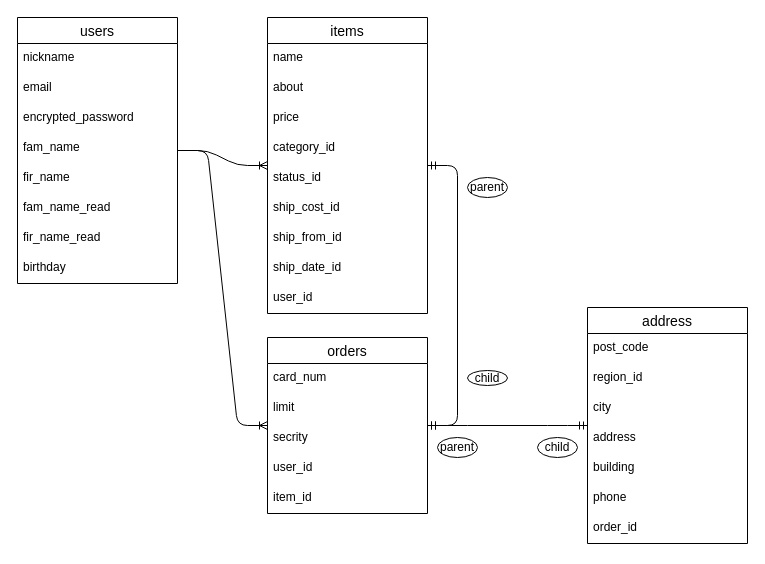
Above: ER.dio in mtstro/furima-31630 (draw.io), before the change. Source tidied: cells renumbered, new cells numbered last; positions are measured from the earlier drawing's top-left corner, leaving out a move shared by most shapes. Both pictures are drawn from the tidied source at 100%, with x=0, y=0 at pixel (17, 17).
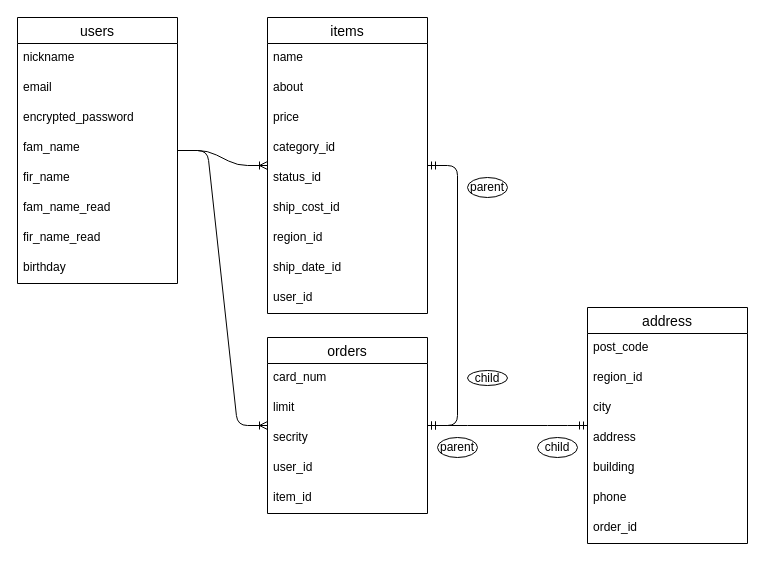
Above is the later version.

Commit message (it also covers changes not shown here):
データベース設計、修正４

The change refers to these unchanged cells:
```xml
<mxCell id="19" value="items" style="swimlane;fontStyle=0;horizontal=1;startSize=26;align=center;fontSize=14;" parent="1" vertex="1">
  <mxGeometry x="250" width="160" height="296" as="geometry" />
</mxCell>
```

What changed in the source:
```diff
@@
-    <mxCell id="26" value="ship_from_id" style="text;strokeColor=none;fillColor=none;spacingLeft=4;spacingRight=4;overflow=hidden;fontSize=12;" parent="19" vertex="1">
+    <mxCell id="26" value="region_id" style="text;strokeColor=none;fillColor=none;spacingLeft=4;spacingRight=4;overflow=hidden;fontSize=12;" parent="19" vertex="1">
       <mxGeometry y="206" width="160" height="30" as="geometry" />
     </mxCell>
```
